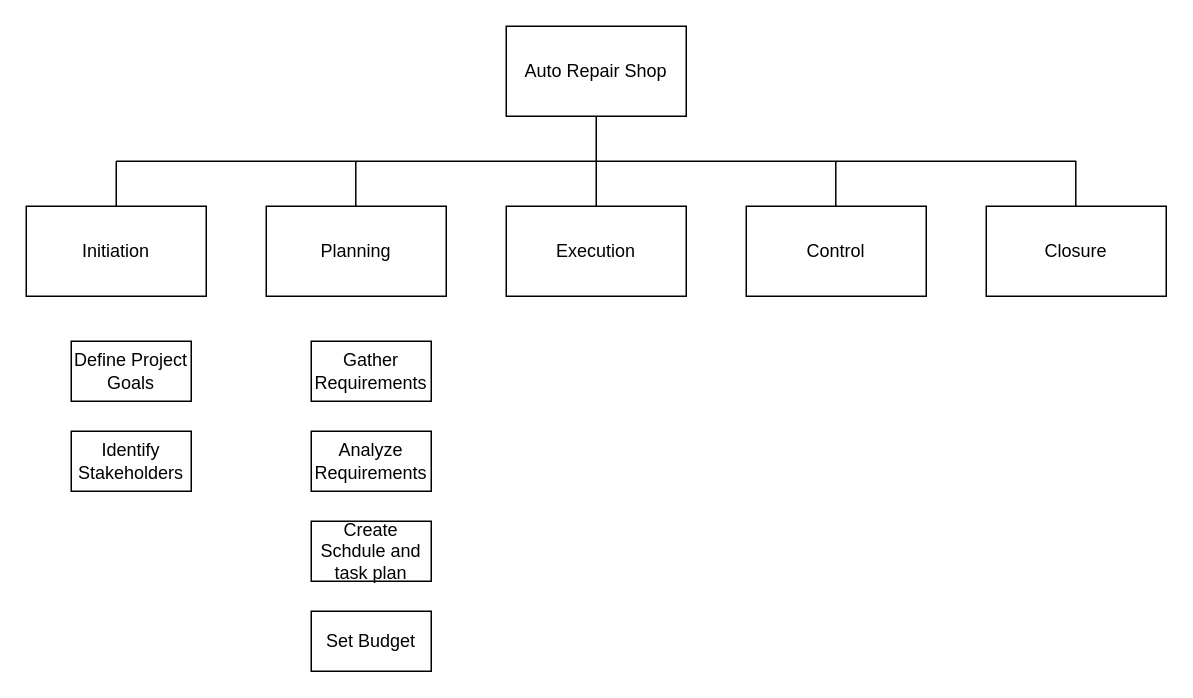
Earlier version of the draw.io diagram Untitled Diagram.drawio (DylanBriSmith/4313Drawings). Source tidied: cells renumbered, new cells numbered last; positions are measured from the earlier drawing's top-left corner, leaving out a move shared by most shapes. Both pictures are drawn from the tidied source at 150%, with x=0, y=0 at pixel (26, 26).
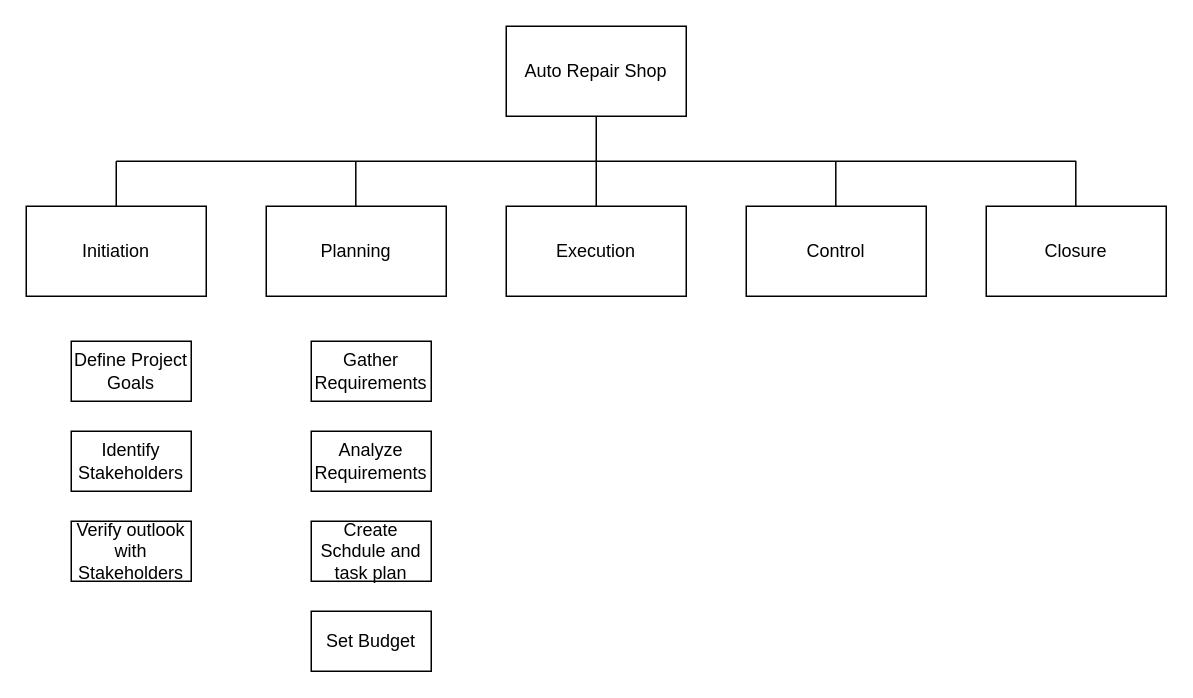
Above is the later version.

The edit, as a diff of the source:
```diff
@@
+    <mxCell id="21" value="Verify outlook with Stakeholders" style="rounded=0;whiteSpace=wrap;html=1;" parent="1" vertex="1">
+      <mxGeometry x="30" y="330" width="80" height="40" as="geometry" />
+    </mxCell>
```
